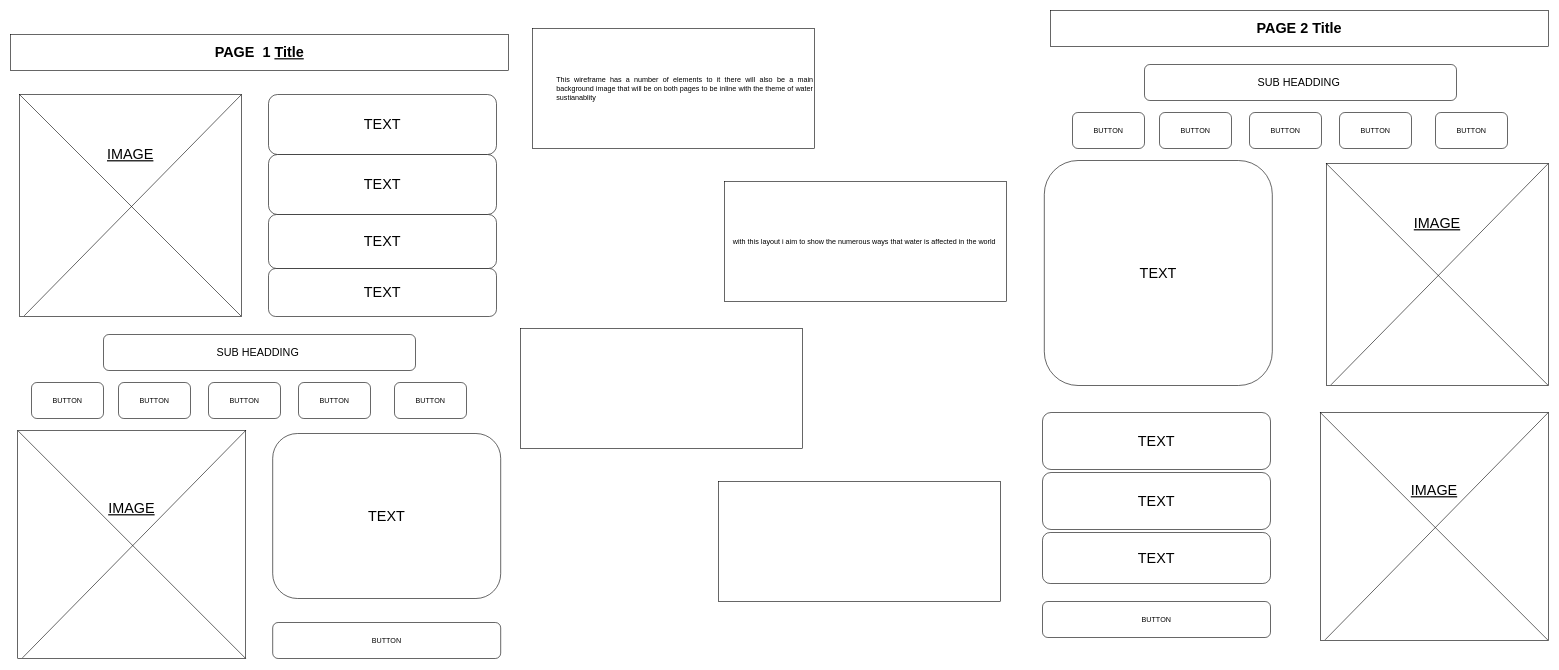
This is Untitled Diagram.drawio from dex9mm/Web-Design-and-Development, a draw.io file, before an edit. Source tidied: cells renumbered, new cells numbered last; positions are measured from the earlier drawing's top-left corner, leaving out a move shared by most shapes. Both pictures are drawn from the tidied source at 60%, with x=0, y=0 at pixel (10, 10).
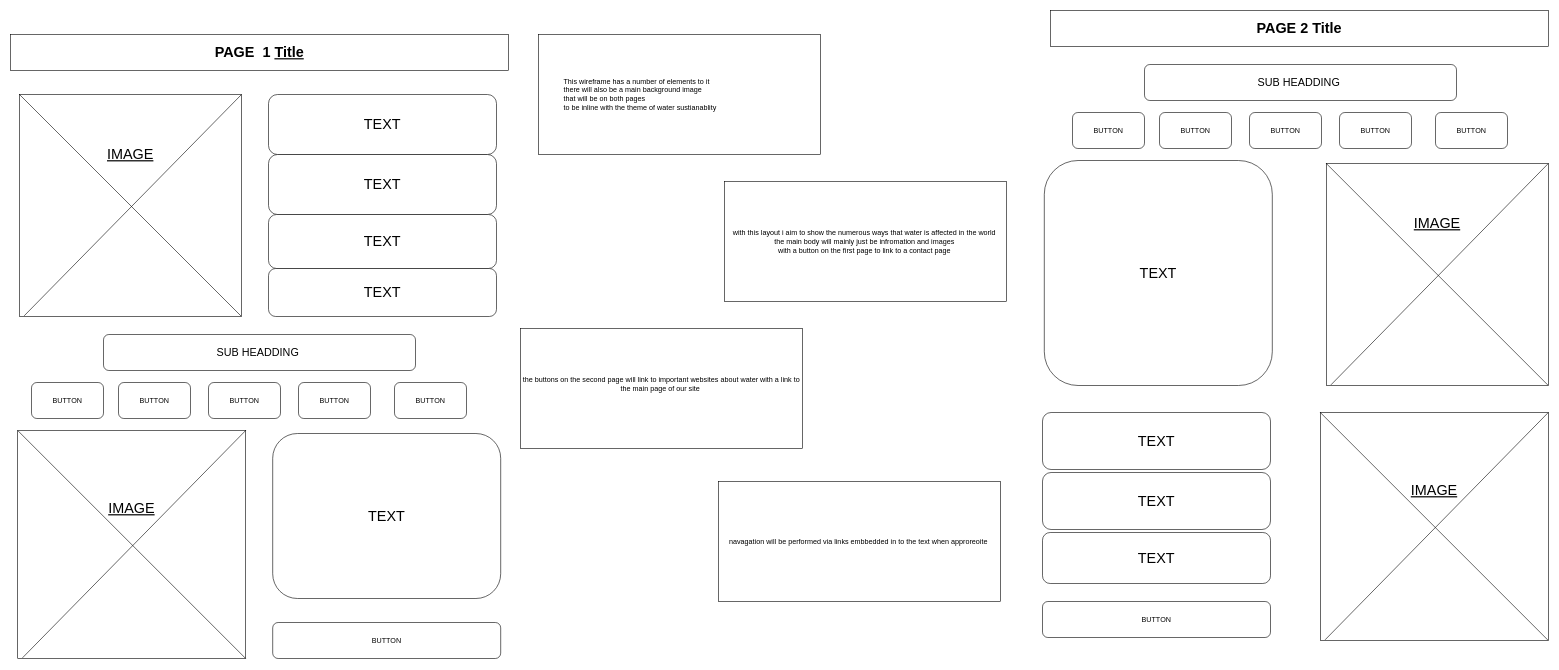
After the change.

Diff of the diagram source:
```diff
@@
-    <mxCell id="43" value="&lt;blockquote style=&quot;text-align: justify; margin: 0px 0px 0px 40px; border: none; padding: 0px;&quot;&gt;This wireframe has a number of elements to it there will also be a main background image that will be on both pages to be inline with the theme of water sustianablity&amp;nbsp;&lt;/blockquote&gt;" style="rounded=0;whiteSpace=wrap;html=1;align=right;" parent="1" vertex="1">
-      <mxGeometry x="870" y="30" width="470" height="200" as="geometry" />
+    <mxCell id="43" value="&lt;blockquote style=&quot;margin: 0px 0px 0px 40px; border: none; padding: 0px;&quot;&gt;This wireframe has a number of elements to it&amp;nbsp;&lt;/blockquote&gt;&lt;blockquote style=&quot;margin: 0px 0px 0px 40px; border: none; padding: 0px;&quot;&gt;there will also be a main background image&amp;nbsp;&lt;/blockquote&gt;&lt;blockquote style=&quot;margin: 0px 0px 0px 40px; border: none; padding: 0px;&quot;&gt;that will be on both pages&amp;nbsp;&lt;/blockquote&gt;&lt;blockquote style=&quot;margin: 0px 0px 0px 40px; border: none; padding: 0px;&quot;&gt;to be inline with the theme of water sustianablity&amp;nbsp;&lt;/blockquote&gt;" style="rounded=0;whiteSpace=wrap;html=1;align=left;" parent="1" vertex="1">
+      <mxGeometry x="880" y="40" width="470" height="200" as="geometry" />
     </mxCell>
-    <mxCell id="44" value="with this layout i aim to show the numerous ways that water is affected in the world&amp;nbsp;" style="rounded=0;whiteSpace=wrap;html=1;" parent="1" vertex="1">
+    <mxCell id="44" value="with this layout i aim to show the numerous ways that water is affected in the world&amp;nbsp;&lt;div&gt;the main body will mainly just be infromation and images&amp;nbsp;&lt;br&gt;&lt;/div&gt;&lt;div&gt;with a button on the first page to link to a contact page&amp;nbsp;&lt;/div&gt;" style="rounded=0;whiteSpace=wrap;html=1;" parent="1" vertex="1">
       <mxGeometry x="1190" y="285" width="470" height="200" as="geometry" />
     </mxCell>
-    <mxCell id="45" style="rounded=0;whiteSpace=wrap;html=1;" parent="1" vertex="1">
+    <mxCell id="45" value="the buttons on the second page will link to important websites about water with a link to the main page of our site&amp;nbsp;&lt;div&gt;&lt;br&gt;&lt;/div&gt;" style="rounded=0;whiteSpace=wrap;html=1;" parent="1" vertex="1">
       <mxGeometry x="850" y="530" width="470" height="200" as="geometry" />
     </mxCell>
-    <mxCell id="46" style="rounded=0;whiteSpace=wrap;html=1;" parent="1" vertex="1">
+    <mxCell id="46" value="navagation will be performed via links embbedded in to the text when approreoite&amp;nbsp;" style="rounded=0;whiteSpace=wrap;html=1;" parent="1" vertex="1">
       <mxGeometry x="1180" y="785" width="470" height="200" as="geometry" />
     </mxCell>
```
